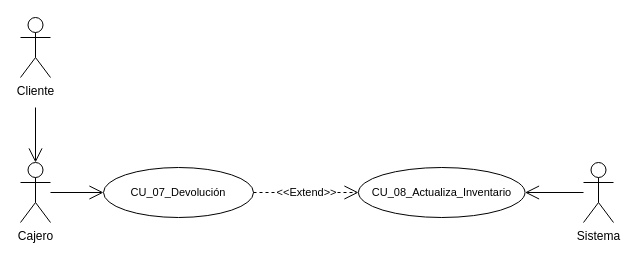
Before: page "Página-8" (8 of 8) of Casos de uso Blockbuster.drawio in andreamorenom/Laboratorio-Empresarial, a draw.io diagram. Source tidied: cells renumbered, new cells numbered last; positions are measured from the earlier drawing's top-left corner, leaving out a move shared by most shapes. Both pictures are drawn from the tidied source at 100%, with x=0, y=0 at pixel (20, 17).
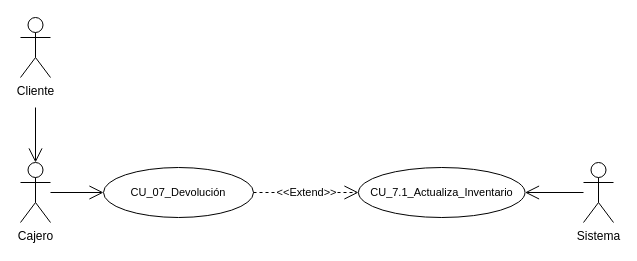
After the change.

What changed in the source:
```diff
@@
 <mxGraphModel>
   <root>
     <mxCell id="0" />
     <mxCell id="1" parent="0" />
     <mxCell id="2" value="Cliente" style="shape=umlActor;verticalLabelPosition=bottom;verticalAlign=top;html=1;" parent="1" vertex="1">
       <mxGeometry width="30" height="60" as="geometry" />
     </mxCell>
     <mxCell id="3" value="Cajero" style="shape=umlActor;verticalLabelPosition=bottom;verticalAlign=top;html=1;outlineConnect=0;" parent="1" vertex="1">
       <mxGeometry y="145" width="30" height="60" as="geometry" />
     </mxCell>
     <mxCell id="4" value="&lt;font style=&quot;font-size: 11px;&quot;&gt;CU_07_Devolución&lt;/font&gt;" style="ellipse;whiteSpace=wrap;html=1;" parent="1" vertex="1">
       <mxGeometry x="83" y="150" width="150" height="50" as="geometry" />
     </mxCell>
-    <mxCell id="5" value="&lt;font style=&quot;font-size: 11px;&quot;&gt;CU_08_Actualiza_Inventario&lt;/font&gt;" style="ellipse;whiteSpace=wrap;html=1;" parent="1" vertex="1">
+    <mxCell id="5" value="&lt;span style=&quot;font-size: 11px;&quot;&gt;CU_7.1_Actualiza_Inventario&lt;/span&gt;" style="ellipse;whiteSpace=wrap;html=1;" parent="1" vertex="1">
       <mxGeometry x="338" y="150" width="166.5" height="50" as="geometry" />
     </mxCell>
     <mxCell id="6" style="endArrow=open;endFill=1;endSize=12;html=1;rounded=0;entryX=0.5;entryY=0;entryDx=0;entryDy=0;entryPerimeter=0;" parent="1" edge="1" target="3">
       <mxGeometry relative="1" as="geometry">
         <mxPoint x="15" y="90" as="sourcePoint" />
       </mxGeometry>
     </mxCell>
     <mxCell id="7" style="endArrow=open;endFill=1;endSize=12;html=1;rounded=0;entryX=0;entryY=0.5;entryDx=0;entryDy=0;" parent="1" edge="1" source="3" target="4">
       <mxGeometry relative="1" as="geometry" />
     </mxCell>
     <mxCell id="8" value="Sistema" style="shape=umlActor;verticalLabelPosition=bottom;verticalAlign=top;html=1;outlineConnect=0;" parent="1" vertex="1">
       <mxGeometry x="563" y="145" width="30" height="60" as="geometry" />
     </mxCell>
     <mxCell id="9" style="endArrow=open;endFill=1;endSize=12;html=1;rounded=0;entryX=1;entryY=0.5;entryDx=0;entryDy=0;" parent="1" edge="1" source="8" target="5">
       <mxGeometry relative="1" as="geometry" />
     </mxCell>
     <mxCell id="10" value="&amp;lt;&amp;lt;Extend&amp;gt;&amp;gt;" style="endArrow=open;endSize=12;dashed=1;html=1;rounded=0;exitX=1;exitY=0.5;exitDx=0;exitDy=0;entryX=0;entryY=0.5;entryDx=0;entryDy=0;" parent="1" edge="1" source="4" target="5">
       <mxGeometry relative="1" as="geometry" />
     </mxCell>
   </root>
 </mxGraphModel>
```
